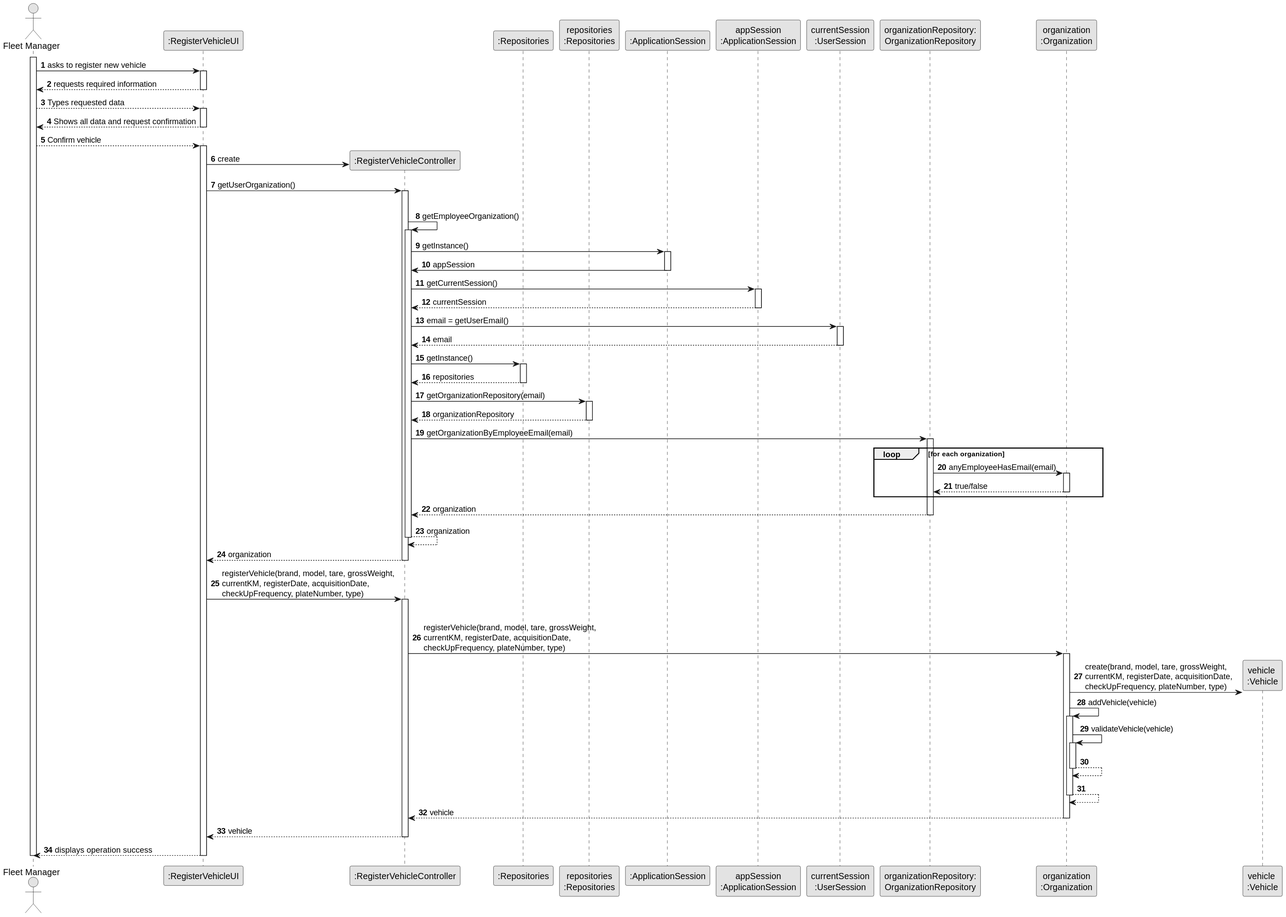
Before: docs/sprintB/us006/03.design/svg/us006-sequence-diagram-full.svg, a diagram exported from PlantUML (Departamento-de-Engenharia-Informatica/lei-24-s2-1dkl-g134). Its diagram source:
```plantuml
@startuml
skinparam monochrome true
skinparam packageStyle rectangle
skinparam shadowing false

autonumber

actor "Fleet Manager" as ADM
participant ":RegisterVehicleUI" as UI
participant ":RegisterVehicleController" as CTRL
participant ":Repositories" as RepositorySingleton
participant "repositories\n:Repositories" as PLAT
participant ":ApplicationSession" as _APP
participant "appSession\n:ApplicationSession" as APP
participant "currentSession\n:UserSession" as SESSAO
participant "organizationRepository:\nOrganizationRepository" as OrganizationRepository
participant "organization\n:Organization" as ORG
participant "vehicle \n:Vehicle" as VEHICLE

activate ADM

        ADM -> UI : asks to register new vehicle

        activate UI


            UI --> ADM : requests required information

         deactivate UI

            ADM --> UI : Types requested data

         activate UI

           UI --> ADM : Shows all data and request confirmation

         deactivate UI

            ADM --> UI : Confirm vehicle

        activate UI

            UI -> CTRL** : create

            UI -> CTRL : getUserOrganization()
            activate CTRL

                |||
                CTRL -> CTRL : getEmployeeOrganization()
                activate CTRL

                    CTRL -> _APP: getInstance()
                    activate _APP
                        _APP -> CTRL: appSession
                    deactivate _APP


                    CTRL -> APP: getCurrentSession()
                    activate APP

                        APP --> CTRL: currentSession
                    deactivate APP

                    CTRL -> SESSAO: email = getUserEmail()
                    activate SESSAO

                        SESSAO --> CTRL: email
                    deactivate SESSAO

                    CTRL -> RepositorySingleton: getInstance()
                    activate RepositorySingleton

                    RepositorySingleton --> CTRL: repositories
                    deactivate RepositorySingleton

                    CTRL -> PLAT: getOrganizationRepository(email)
                    activate PLAT

                        PLAT --> CTRL: organizationRepository
                    deactivate PLAT


                    CTRL -> OrganizationRepository: getOrganizationByEmployeeEmail(email)
                    activate OrganizationRepository

                        loop for each organization

                            OrganizationRepository -> ORG : anyEmployeeHasEmail(email)
                            activate ORG

                                 ORG --> OrganizationRepository : true/false
                            deactivate ORG
                        end
                        OrganizationRepository --> CTRL : organization
                    deactivate OrganizationRepository

                    CTRL --> CTRL : organization
                deactivate CTRL

                CTRL --> UI : organization
            deactivate CTRL


        UI -> CTRL : registerVehicle(brand, model, tare, grossWeight,\ncurrentKM, registerDate, acquisitionDate,\ncheckUpFrequency, plateNumber, type)
        activate CTRL

            |||
            CTRL -> ORG: registerVehicle(brand, model, tare, grossWeight,\ncurrentKM, registerDate, acquisitionDate,\ncheckUpFrequency, plateNumber, type)
            activate ORG

                ORG -> VEHICLE**: create(brand, model, tare, grossWeight,\ncurrentKM, registerDate, acquisitionDate,\ncheckUpFrequency, plateNumber, type)
                ORG -> ORG: addVehicle(vehicle)


                activate ORG
                    ORG -> ORG: validateVehicle(vehicle)
                    activate ORG
                        ORG --> ORG
                    deactivate ORG

                    ORG --> ORG
                deactivate ORG

                ORG --> CTRL : vehicle

            deactivate ORG

            CTRL --> UI: vehicle
            deactivate CTRL
            UI --> ADM: displays operation success
    deactivate UI

deactivate ADM
@enduml
```
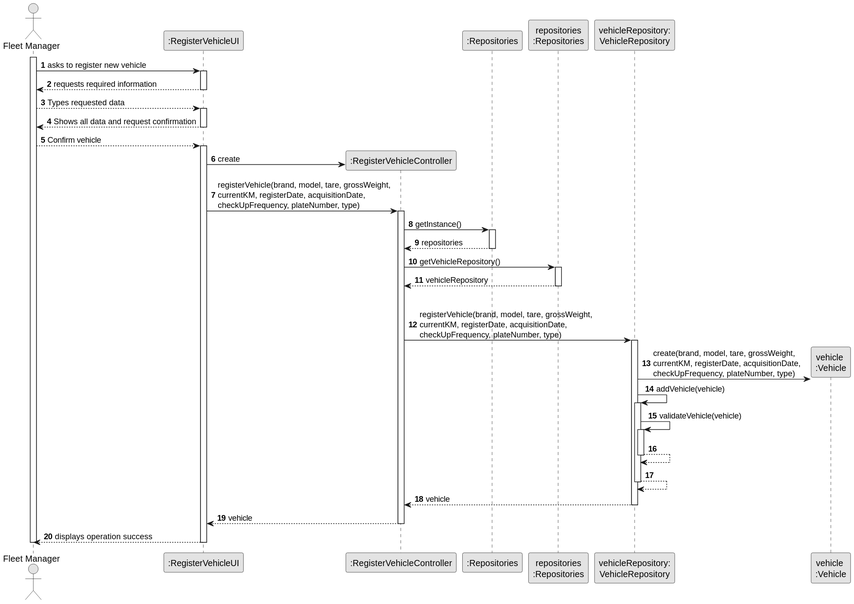
Later version of the same file.

Commit message:
Some updates on Class diagram of US003 and US006

Diff of the diagram source:
```diff
@@ -10,11 +10,7 @@
 participant ":RegisterVehicleController" as CTRL
 participant ":Repositories" as RepositorySingleton
 participant "repositories\n:Repositories" as PLAT
-participant ":ApplicationSession" as _APP
-participant "appSession\n:ApplicationSession" as APP
-participant "currentSession\n:UserSession" as SESSAO
-participant "organizationRepository:\nOrganizationRepository" as OrganizationRepository
-participant "organization\n:Organization" as ORG
+participant "vehicleRepository:\nVehicleRepository" as VehicleRepository
 participant "vehicle \n:Vehicle" as VEHICLE
 
 activate ADM
@@ -42,88 +38,40 @@
 
             UI -> CTRL** : create
 
-            UI -> CTRL : getUserOrganization()
-            activate CTRL
-
-                |||
-                CTRL -> CTRL : getEmployeeOrganization()
-                activate CTRL
-
-                    CTRL -> _APP: getInstance()
-                    activate _APP
-                        _APP -> CTRL: appSession
-                    deactivate _APP
-
-
-                    CTRL -> APP: getCurrentSession()
-                    activate APP
-
-                        APP --> CTRL: currentSession
-                    deactivate APP
-
-                    CTRL -> SESSAO: email = getUserEmail()
-                    activate SESSAO
-
-                        SESSAO --> CTRL: email
-                    deactivate SESSAO
-
-                    CTRL -> RepositorySingleton: getInstance()
-                    activate RepositorySingleton
-
-                    RepositorySingleton --> CTRL: repositories
-                    deactivate RepositorySingleton
-
-                    CTRL -> PLAT: getOrganizationRepository(email)
-                    activate PLAT
-
-                        PLAT --> CTRL: organizationRepository
-                    deactivate PLAT
-
-
-                    CTRL -> OrganizationRepository: getOrganizationByEmployeeEmail(email)
-                    activate OrganizationRepository
-
-                        loop for each organization
-
-                            OrganizationRepository -> ORG : anyEmployeeHasEmail(email)
-                            activate ORG
-
-                                 ORG --> OrganizationRepository : true/false
-                            deactivate ORG
-                        end
-                        OrganizationRepository --> CTRL : organization
-                    deactivate OrganizationRepository
-
-                    CTRL --> CTRL : organization
-                deactivate CTRL
-
-                CTRL --> UI : organization
-            deactivate CTRL
-
-
         UI -> CTRL : registerVehicle(brand, model, tare, grossWeight,\ncurrentKM, registerDate, acquisitionDate,\ncheckUpFrequency, plateNumber, type)
         activate CTRL
 
+            CTRL -> RepositorySingleton: getInstance()
+            activate RepositorySingleton
+
+            RepositorySingleton --> CTRL: repositories
+            deactivate RepositorySingleton
+
+            CTRL -> PLAT: getVehicleRepository()
+            activate PLAT
+
+                PLAT --> CTRL: vehicleRepository
+            deactivate PLAT
             |||
-            CTRL -> ORG: registerVehicle(brand, model, tare, grossWeight,\ncurrentKM, registerDate, acquisitionDate,\ncheckUpFrequency, plateNumber, type)
-            activate ORG
+            CTRL -> VehicleRepository: registerVehicle(brand, model, tare, grossWeight,\ncurrentKM, registerDate, acquisitionDate,\ncheckUpFrequency, plateNumber, type)
+            activate VehicleRepository
 
-                ORG -> VEHICLE**: create(brand, model, tare, grossWeight,\ncurrentKM, registerDate, acquisitionDate,\ncheckUpFrequency, plateNumber, type)
-                ORG -> ORG: addVehicle(vehicle)
+                VehicleRepository -> VEHICLE**: create(brand, model, tare, grossWeight,\ncurrentKM, registerDate, acquisitionDate,\ncheckUpFrequency, plateNumber, type)
+                VehicleRepository -> VehicleRepository: addVehicle(vehicle)
 
 
-                activate ORG
-                    ORG -> ORG: validateVehicle(vehicle)
-                    activate ORG
-                        ORG --> ORG
-                    deactivate ORG
+                activate VehicleRepository
+                    VehicleRepository -> VehicleRepository: validateVehicle(vehicle)
+                    activate VehicleRepository
+                        VehicleRepository --> VehicleRepository
+                    deactivate VehicleRepository
 
-                    ORG --> ORG
-                deactivate ORG
+                    VehicleRepository --> VehicleRepository
+                deactivate VehicleRepository
 
-                ORG --> CTRL : vehicle
+                VehicleRepository --> CTRL : vehicle
 
-            deactivate ORG
+            deactivate VehicleRepository
 
             CTRL --> UI: vehicle
             deactivate CTRL
```
